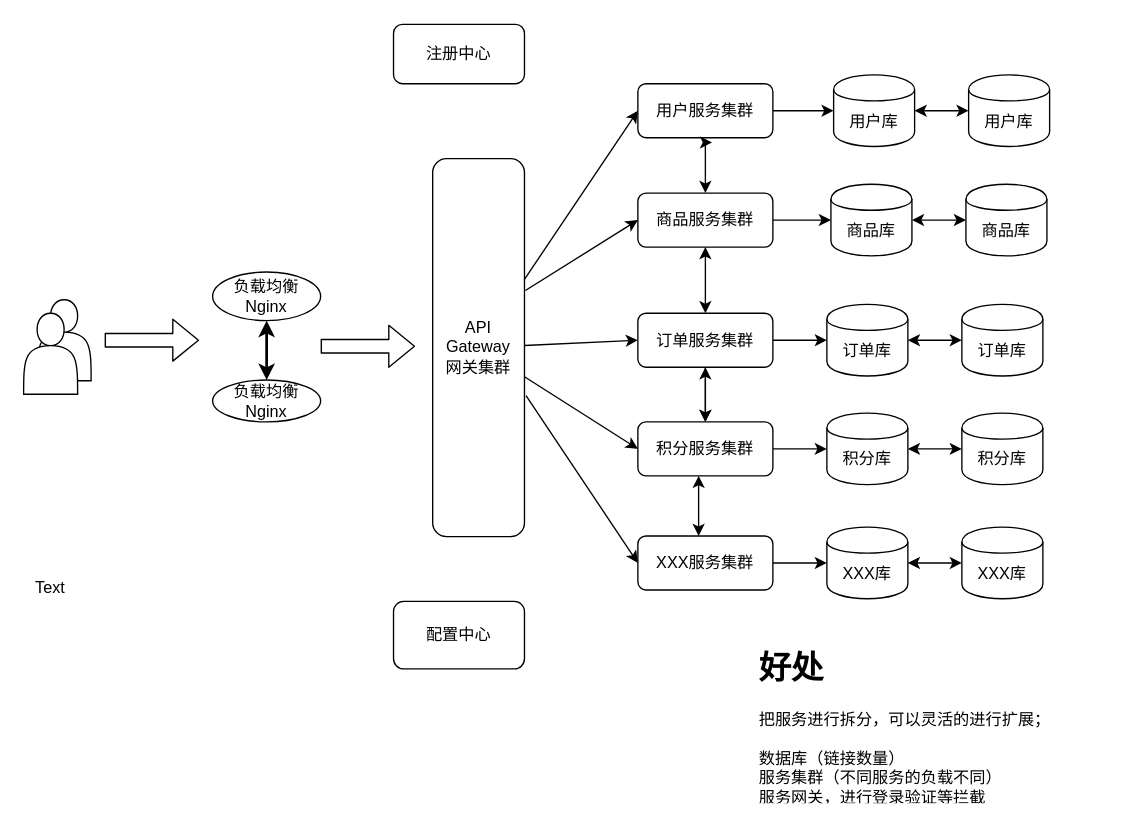
hebzhjg/ntl2020 keeps this draw.io diagram as page "微服务" (2 of 3) of 未命名表单.drawio. Above is the earlier version. Source tidied: cells renumbered, new cells numbered last; positions are measured from the earlier drawing's top-left corner, leaving out a move shared by most shapes. Both pictures are drawn from the tidied source at 135%, with x=0, y=0 at pixel (23, 23).
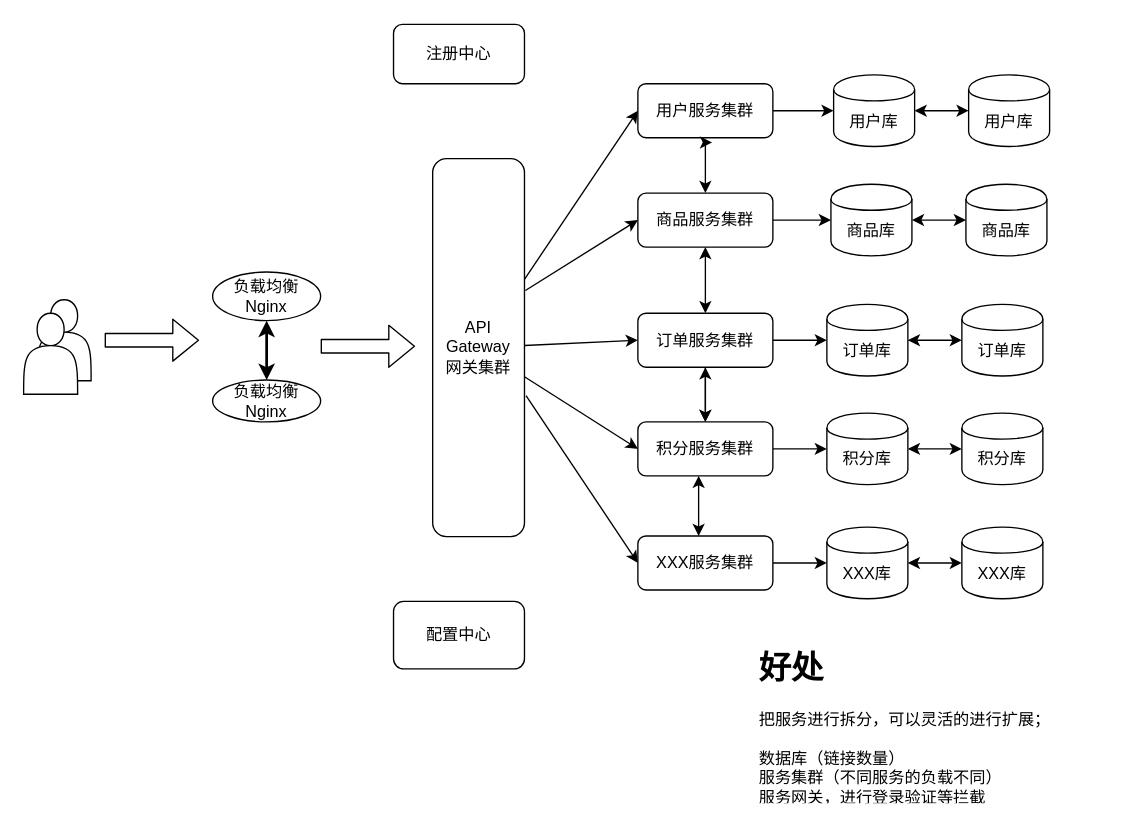
The same page after the edit.

Commit message:
添加了注册中心

The edit, as a diff of the source:
```diff
@@
-    <mxCell id="45" value="Text" style="text;html=1;strokeColor=none;fillColor=none;align=center;verticalAlign=middle;whiteSpace=wrap;rounded=0;" parent="1" vertex="1">
-      <mxGeometry y="408" width="40" height="20" as="geometry" />
-    </mxCell>
```
